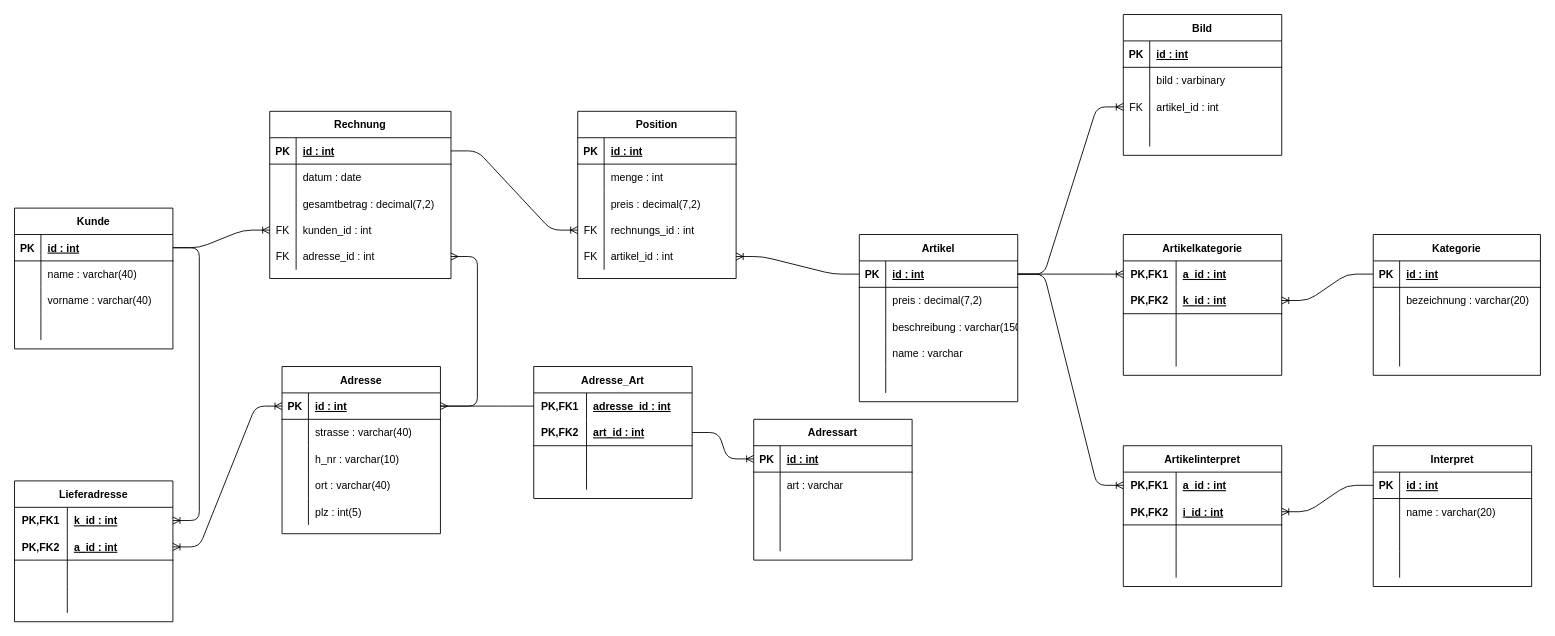
Above: DesktopApp/preparation/RelationalesDatenmodell.drawio in PhilDusseldorf/FachSpezII (draw.io), before the change. Source tidied: cells renumbered, new cells numbered last; positions are measured from the earlier drawing's top-left corner, leaving out a move shared by most shapes. Both pictures are drawn from the tidied source at 88%, with x=0, y=0 at pixel (14, 14).
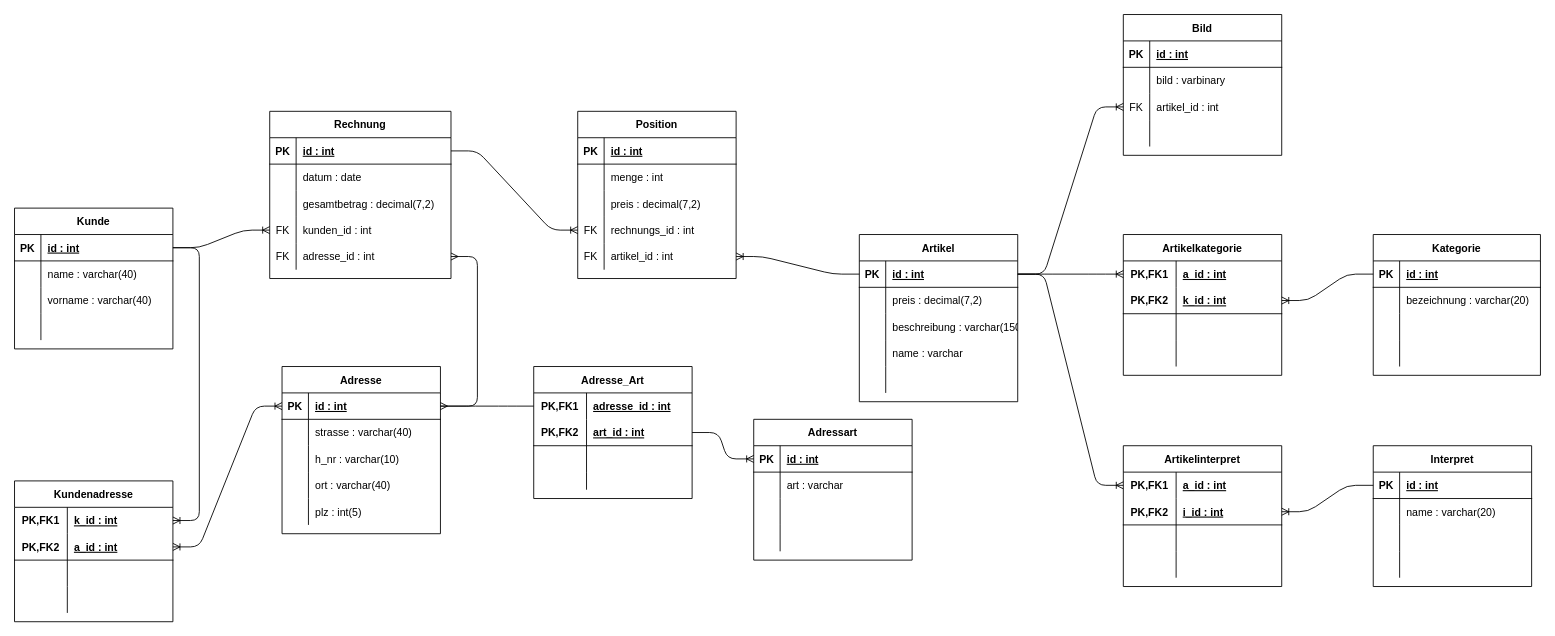
The same page after the edit.

Change to the diagram source:
```diff
@@
-    <mxCell id="15" value="Lieferadresse" style="shape=table;startSize=30;childLayout=tableLayout;rowLines=0;fontStyle=1;align=center;" parent="1" vertex="1">
+    <mxCell id="15" value="Kundenadresse" style="shape=table;startSize=30;childLayout=tableLayout;rowLines=0;fontStyle=1;align=center;" parent="1" vertex="1">
       <mxGeometry y="530" width="180" height="160" as="geometry" />
     </mxCell>
```
